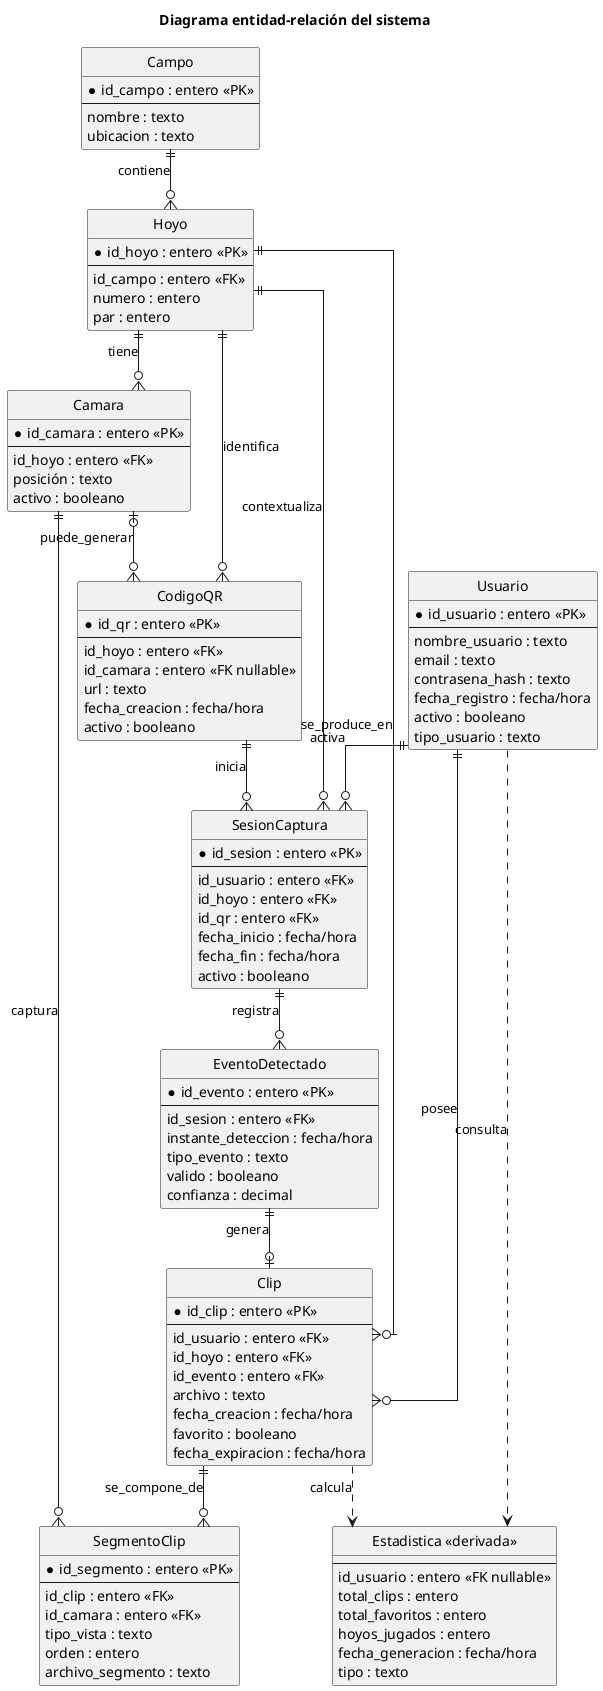
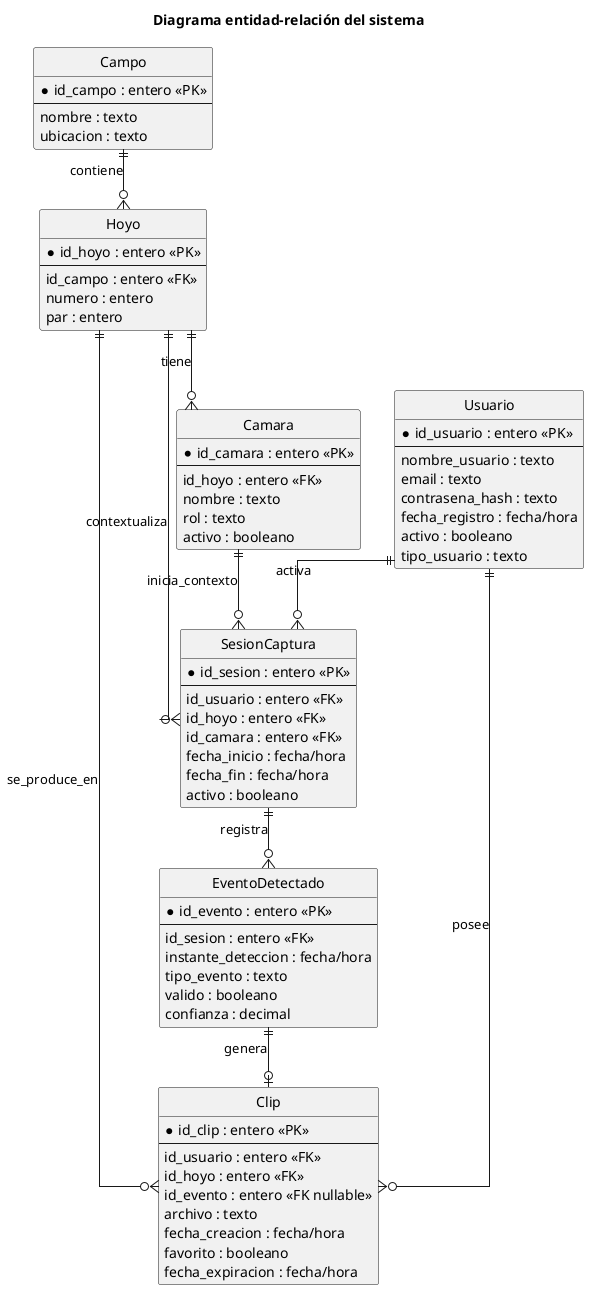
@startuml
title Diagrama entidad-relación del sistema

skinparam shadowing false
skinparam linetype ortho
hide circle

- entity "Usuario" as Usuario {
-   * id_usuario : entero <<PK>>
-   --
-   nombre_usuario : texto
-   email : texto
-   contrasena_hash : texto
-   fecha_registro : fecha/hora
-   activo : booleano
-   tipo_usuario : texto
- }
+ top to bottom direction

entity "Campo" as Campo {
  * id_campo : entero <<PK>>
  --
  nombre : texto
  ubicacion : texto
}

entity "Hoyo" as Hoyo {
  * id_hoyo : entero <<PK>>
  --
  id_campo : entero <<FK>>
  numero : entero
  par : entero
}

entity "Camara" as Camara {
  * id_camara : entero <<PK>>
  --
  id_hoyo : entero <<FK>>
-   posición : texto
+   nombre : texto
+   rol : texto
  activo : booleano
}

- entity "CodigoQR" as CodigoQR {
-   * id_qr : entero <<PK>>
+ entity "Usuario" as Usuario {
+   * id_usuario : entero <<PK>>
  --
-   id_hoyo : entero <<FK>>
-   id_camara : entero <<FK nullable>>
-   url : texto
-   fecha_creacion : fecha/hora
+   nombre_usuario : texto
+   email : texto
+   contrasena_hash : texto
+   fecha_registro : fecha/hora
  activo : booleano
+   tipo_usuario : texto
}

entity "SesionCaptura" as SesionCaptura {
  * id_sesion : entero <<PK>>
  --
  id_usuario : entero <<FK>>
  id_hoyo : entero <<FK>>
-   id_qr : entero <<FK>>
+   id_camara : entero <<FK>>
  fecha_inicio : fecha/hora
  fecha_fin : fecha/hora
  activo : booleano
}

entity "EventoDetectado" as EventoDetectado {
  * id_evento : entero <<PK>>
  --
  id_sesion : entero <<FK>>
  instante_deteccion : fecha/hora
  tipo_evento : texto
  valido : booleano
  confianza : decimal
}

entity "Clip" as Clip {
  * id_clip : entero <<PK>>
  --
  id_usuario : entero <<FK>>
  id_hoyo : entero <<FK>>
-   id_evento : entero <<FK>>
+   id_evento : entero <<FK nullable>>
  archivo : texto
  fecha_creacion : fecha/hora
  favorito : booleano
  fecha_expiracion : fecha/hora
}

- entity "SegmentoClip" as SegmentoClip {
-   * id_segmento : entero <<PK>>
-   --
-   id_clip : entero <<FK>>
-   id_camara : entero <<FK>>
-   tipo_vista : texto
-   orden : entero
-   archivo_segmento : texto
- }
- 
- entity "Estadistica <<derivada>>" as Estadistica {
-   --
-   id_usuario : entero <<FK nullable>>
-   total_clips : entero
-   total_favoritos : entero
-   hoyos_jugados : entero
-   fecha_generacion : fecha/hora
-   tipo : texto
- }
- 
Campo ||--o{ Hoyo : contiene

Hoyo ||--o{ Camara : tiene
- Hoyo ||--o{ CodigoQR : identifica
+ Hoyo ||--o{ SesionCaptura : contextualiza
+ Hoyo ||--o{ Clip : se_produce_en

- Camara |o--o{ CodigoQR : puede_generar
+ Camara ||--o{ SesionCaptura : inicia_contexto

Usuario ||--o{ SesionCaptura : activa
- Hoyo ||--o{ SesionCaptura : contextualiza
- CodigoQR ||--o{ SesionCaptura : inicia
+ Usuario ||--o{ Clip : posee

SesionCaptura ||--o{ EventoDetectado : registra
+ 
EventoDetectado ||--o| Clip : genera

- Usuario ||--o{ Clip : posee
- Hoyo ||--o{ Clip : se_produce_en
- 
- Clip ||--o{ SegmentoClip : se_compone_de
- Camara ||--o{ SegmentoClip : captura
- 
- Usuario ..> Estadistica : consulta
- Clip ..> Estadistica : calcula
- 
- 
@enduml